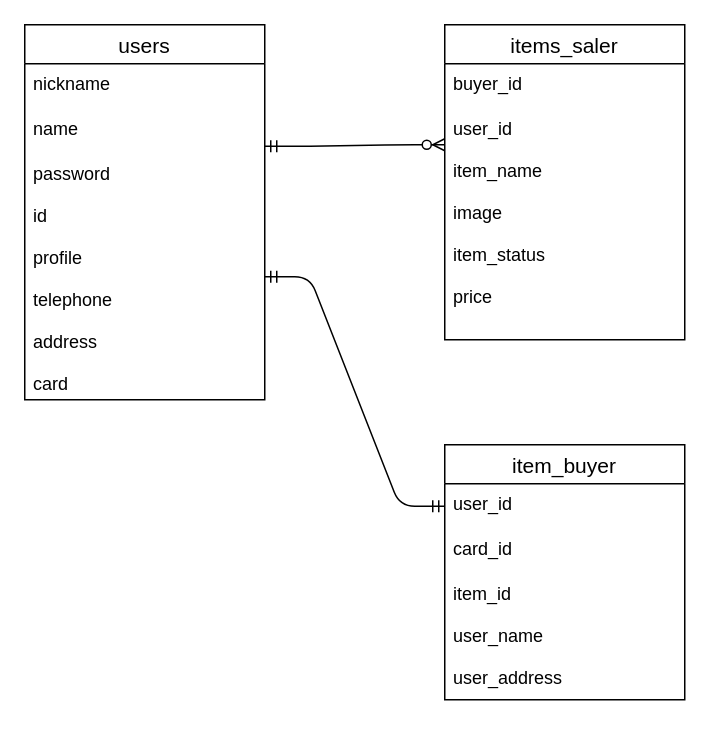
Earlier version of the draw.io diagram test.dio (Hiroyuki0083/furima-32367). Source tidied: cells renumbered, new cells numbered last; positions are measured from the earlier drawing's top-left corner, leaving out a move shared by most shapes. Both pictures are drawn from the tidied source at 150%, with x=0, y=0 at pixel (24, 24).
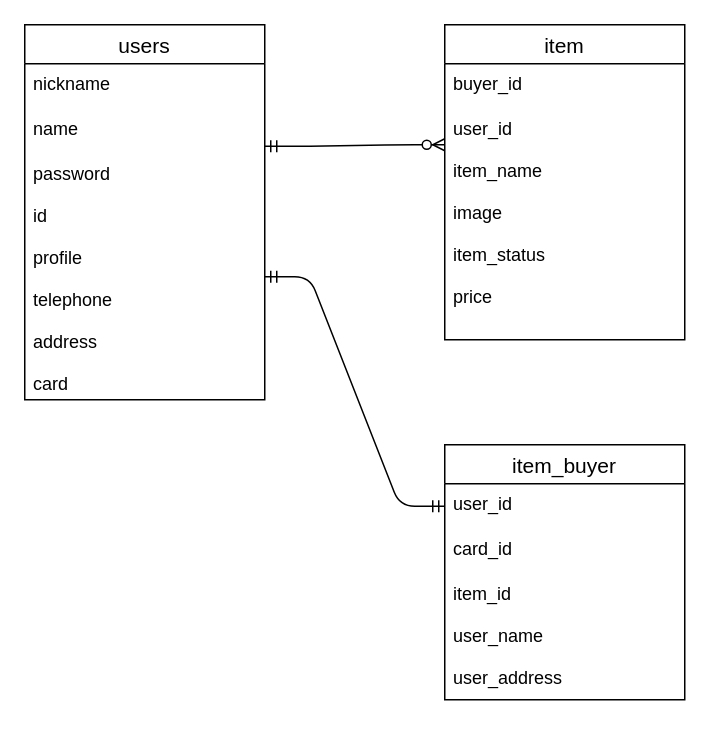
The same page after the edit.

Change to the diagram source:
```diff
@@
 <mxGraphModel>
   <root>
     <mxCell id="0" />
     <mxCell id="1" parent="0" />
     <mxCell id="2" value="users" style="swimlane;fontStyle=0;horizontal=1;startSize=26;align=center;fontSize=14;" parent="1" vertex="1">
       <mxGeometry width="160" height="250" as="geometry" />
     </mxCell>
     <mxCell id="3" value="nickname" style="text;strokeColor=none;fillColor=none;spacingLeft=4;spacingRight=4;overflow=hidden;fontSize=12;" parent="2" vertex="1">
       <mxGeometry y="26" width="160" height="30" as="geometry" />
     </mxCell>
     <mxCell id="4" value="name" style="text;strokeColor=none;fillColor=none;spacingLeft=4;spacingRight=4;overflow=hidden;points=[[0,0.5],[1,0.5]];portConstraint=eastwest;fontSize=12;" parent="2" vertex="1">
       <mxGeometry y="56" width="160" height="30" as="geometry" />
     </mxCell>
     <mxCell id="5" value="password&#10;&#10;id&#10;&#10;profile&#10;&#10;telephone&#10;&#10;address&#10;&#10;card" style="text;strokeColor=none;fillColor=none;spacingLeft=4;spacingRight=4;overflow=hidden;points=[[0,0.5],[1,0.5]];portConstraint=eastwest;fontSize=12;" parent="2" vertex="1">
       <mxGeometry y="86" width="160" height="164" as="geometry" />
     </mxCell>
     <mxCell id="6" value="item_buyer" style="swimlane;fontStyle=0;horizontal=1;startSize=26;align=center;fontSize=14;" parent="1" vertex="1">
       <mxGeometry x="280" y="280" width="160" height="170" as="geometry" />
     </mxCell>
     <mxCell id="7" value="user_id" style="text;strokeColor=none;fillColor=none;spacingLeft=4;spacingRight=4;overflow=hidden;points=[[0,0.5],[1,0.5]];portConstraint=eastwest;fontSize=12;" parent="6" vertex="1">
       <mxGeometry y="26" width="160" height="30" as="geometry" />
     </mxCell>
     <mxCell id="8" value="card_id" style="text;strokeColor=none;fillColor=none;spacingLeft=4;spacingRight=4;overflow=hidden;fontSize=12;" parent="6" vertex="1">
       <mxGeometry y="56" width="160" height="30" as="geometry" />
     </mxCell>
     <mxCell id="9" value="item_id&#10;&#10;user_name&#10;&#10;user_address&#10;&#10;points&#10;&#10;" style="text;strokeColor=none;fillColor=none;spacingLeft=4;spacingRight=4;overflow=hidden;fontSize=12;" parent="6" vertex="1">
       <mxGeometry y="86" width="160" height="84" as="geometry" />
     </mxCell>
-    <mxCell id="10" value="items_saler" style="swimlane;fontStyle=0;horizontal=1;startSize=26;align=center;fontSize=14;" parent="1" vertex="1">
+    <mxCell id="10" value="item" style="swimlane;fontStyle=0;horizontal=1;startSize=26;align=center;fontSize=14;" parent="1" vertex="1">
       <mxGeometry x="280" width="160" height="210" as="geometry" />
     </mxCell>
     <mxCell id="11" value="buyer_id" style="text;strokeColor=none;fillColor=none;spacingLeft=4;spacingRight=4;overflow=hidden;fontSize=12;" parent="10" vertex="1">
       <mxGeometry y="26" width="160" height="30" as="geometry" />
     </mxCell>
     <mxCell id="12" value="user_id&#10;&#10;item_name&#10;&#10;image&#10;&#10;item_status&#10;&#10;price" style="text;strokeColor=none;fillColor=none;spacingLeft=4;spacingRight=4;overflow=hidden;fontSize=12;" parent="10" vertex="1">
       <mxGeometry y="56" width="160" height="154" as="geometry" />
     </mxCell>
     <mxCell id="13" style="edgeStyle=entityRelationEdgeStyle;fontSize=12;html=1;endArrow=ERzeroToMany;startArrow=ERmandOne;exitX=1;exitY=0.833;exitDx=0;exitDy=0;exitPerimeter=0;" parent="1" edge="1" source="4">
       <mxGeometry relative="1" as="geometry">
         <mxPoint x="280" y="80" as="targetPoint" />
       </mxGeometry>
     </mxCell>
     <mxCell id="14" style="edgeStyle=entityRelationEdgeStyle;fontSize=12;html=1;endArrow=ERmandOne;startArrow=ERmandOne;entryX=0;entryY=0.5;entryDx=0;entryDy=0;" parent="1" edge="1" source="5" target="7">
       <mxGeometry relative="1" as="geometry" />
     </mxCell>
   </root>
 </mxGraphModel>
```
